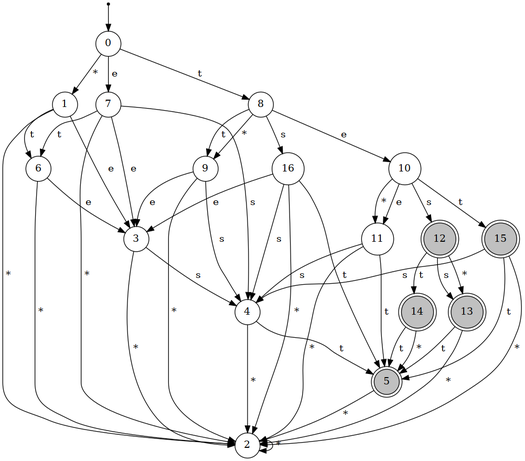
The Graphviz diagram graphs/poc_lev.png in lucasll37/CTC-34, before a commit. Its source is kept beside it as graphs/graphViz/poc_lev.dot.
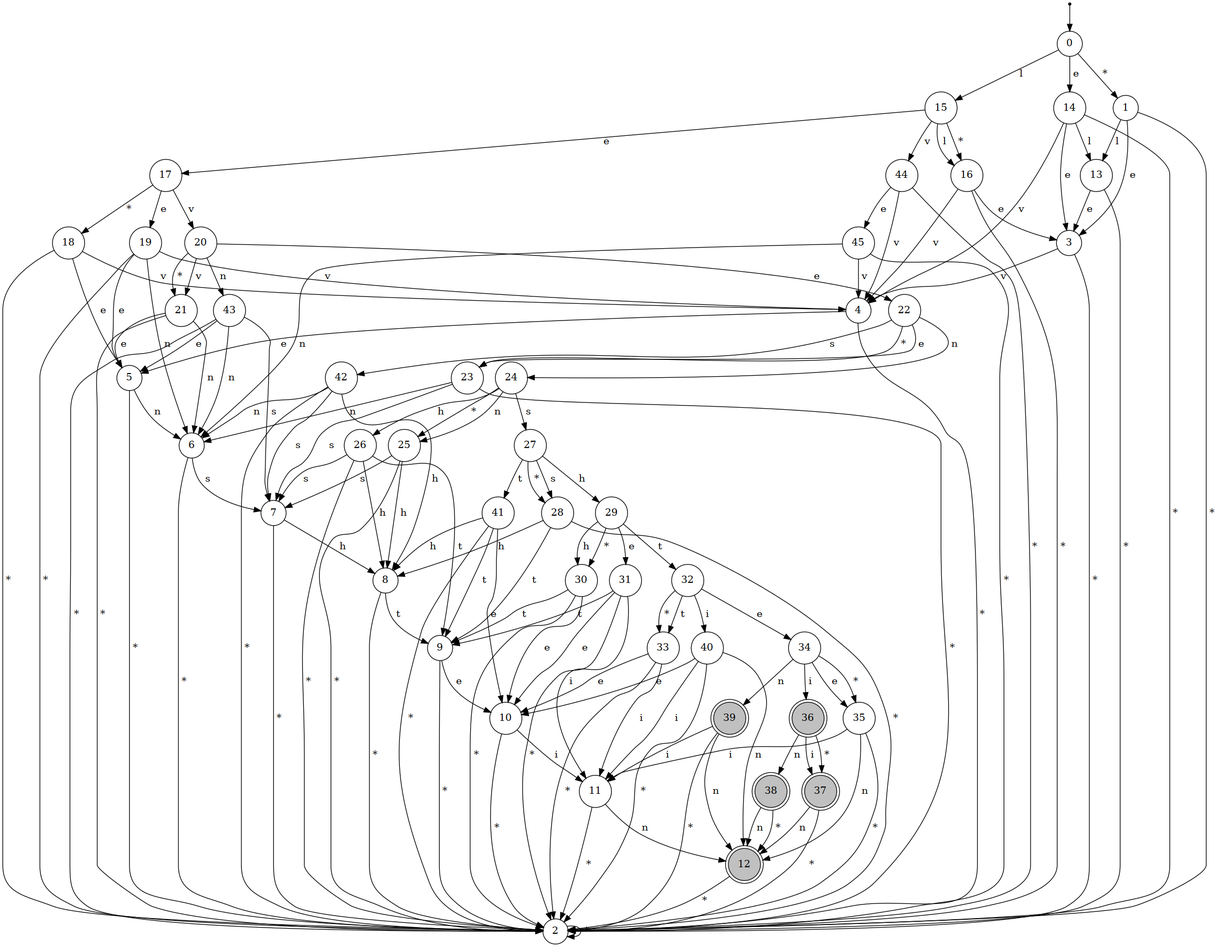
The same diagram one commit later.

The edit, as a diff of the source:
```diff
@@ -2,11 +2,11 @@
 	rankdir=TB;
 charset="utf8";
 	node [shape = doublecircle];
-	5 [style=filled fillcolor=gray];
 	12 [style=filled fillcolor=gray];
-	13 [style=filled fillcolor=gray];
-	14 [style=filled fillcolor=gray];
-	15 [style=filled fillcolor=gray];
+	36 [style=filled fillcolor=gray];
+	37 [style=filled fillcolor=gray];
+	38 [style=filled fillcolor=gray];
+	39 [style=filled fillcolor=gray];
 	node [shape = circle];
 ini [shape=point];
 ini -> 0;
@@ -15,45 +15,137 @@
 	3 -> 2 [label=" * "];
 	4 -> 2 [label=" * "];
 	5 -> 2 [label=" * "];
-	4 -> 5 [label=" t "];
-	3 -> 4 [label=" s "];
+	6 -> 2 [label=" * "];
+	7 -> 2 [label=" * "];
+	8 -> 2 [label=" * "];
+	9 -> 2 [label=" * "];
+	10 -> 2 [label=" * "];
+	11 -> 2 [label=" * "];
+	12 -> 2 [label=" * "];
+	11 -> 12 [label=" n "];
+	10 -> 11 [label=" i "];
+	9 -> 10 [label=" e "];
+	8 -> 9 [label=" t "];
+	7 -> 8 [label=" h "];
+	6 -> 7 [label=" s "];
+	5 -> 6 [label=" n "];
+	4 -> 5 [label=" e "];
+	3 -> 4 [label=" v "];
 	1 -> 3 [label=" e "];
-	6 -> 2 [label=" * "];
-	6 -> 3 [label=" e "];
-	1 -> 6 [label=" t "];
+	13 -> 2 [label=" * "];
+	13 -> 3 [label=" e "];
+	1 -> 13 [label=" l "];
 	0 -> 1 [label=" * "];
-	7 -> 2 [label=" * "];
-	7 -> 3 [label=" e "];
-	7 -> 4 [label=" s "];
-	7 -> 6 [label=" t "];
-	0 -> 7 [label=" e "];
-	9 -> 2 [label=" * "];
-	9 -> 3 [label=" e "];
-	9 -> 4 [label=" s "];
-	8 -> 9 [label=" * "];
-	11 -> 2 [label=" * "];
-	11 -> 4 [label=" s "];
-	11 -> 5 [label=" t "];
-	10 -> 11 [label=" * "];
-	10 -> 11 [label=" e "];
-	13 -> 2 [label=" * "];
-	13 -> 5 [label=" t "];
-	12 -> 13 [label=" * "];
-	12 -> 13 [label=" s "];
-	14 -> 5 [label=" * "];
-	14 -> 5 [label=" t "];
-	12 -> 14 [label=" t "];
-	10 -> 12 [label=" s "];
-	15 -> 2 [label=" * "];
-	15 -> 4 [label=" s "];
-	15 -> 5 [label=" t "];
-	10 -> 15 [label=" t "];
-	8 -> 10 [label=" e "];
+	14 -> 2 [label=" * "];
+	14 -> 3 [label=" e "];
+	14 -> 13 [label=" l "];
+	14 -> 4 [label=" v "];
+	0 -> 14 [label=" e "];
 	16 -> 2 [label=" * "];
 	16 -> 3 [label=" e "];
-	16 -> 4 [label=" s "];
-	16 -> 5 [label=" t "];
-	8 -> 16 [label=" s "];
-	8 -> 9 [label=" t "];
-	0 -> 8 [label=" t "];
+	16 -> 4 [label=" v "];
+	15 -> 16 [label=" * "];
+	18 -> 2 [label=" * "];
+	18 -> 5 [label=" e "];
+	18 -> 4 [label=" v "];
+	17 -> 18 [label=" * "];
+	19 -> 2 [label=" * "];
+	19 -> 5 [label=" e "];
+	19 -> 6 [label=" n "];
+	19 -> 4 [label=" v "];
+	17 -> 19 [label=" e "];
+	21 -> 2 [label=" * "];
+	21 -> 5 [label=" e "];
+	21 -> 6 [label=" n "];
+	20 -> 21 [label=" * "];
+	23 -> 2 [label=" * "];
+	23 -> 6 [label=" n "];
+	23 -> 7 [label=" s "];
+	22 -> 23 [label=" * "];
+	22 -> 23 [label=" e "];
+	25 -> 2 [label=" * "];
+	25 -> 8 [label=" h "];
+	25 -> 7 [label=" s "];
+	24 -> 25 [label=" * "];
+	26 -> 2 [label=" * "];
+	26 -> 8 [label=" h "];
+	26 -> 7 [label=" s "];
+	26 -> 9 [label=" t "];
+	24 -> 26 [label=" h "];
+	24 -> 25 [label=" n "];
+	28 -> 2 [label=" * "];
+	28 -> 8 [label=" h "];
+	28 -> 9 [label=" t "];
+	27 -> 28 [label=" * "];
+	30 -> 2 [label=" * "];
+	30 -> 10 [label=" e "];
+	30 -> 9 [label=" t "];
+	29 -> 30 [label=" * "];
+	31 -> 2 [label=" * "];
+	31 -> 10 [label=" e "];
+	31 -> 11 [label=" i "];
+	31 -> 9 [label=" t "];
+	29 -> 31 [label=" e "];
+	29 -> 30 [label=" h "];
+	33 -> 2 [label=" * "];
+	33 -> 10 [label=" e "];
+	33 -> 11 [label=" i "];
+	32 -> 33 [label=" * "];
+	35 -> 2 [label=" * "];
+	35 -> 11 [label=" i "];
+	35 -> 12 [label=" n "];
+	34 -> 35 [label=" * "];
+	34 -> 35 [label=" e "];
+	37 -> 2 [label=" * "];
+	37 -> 12 [label=" n "];
+	36 -> 37 [label=" * "];
+	36 -> 37 [label=" i "];
+	38 -> 12 [label=" * "];
+	38 -> 12 [label=" n "];
+	36 -> 38 [label=" n "];
+	34 -> 36 [label=" i "];
+	39 -> 2 [label=" * "];
+	39 -> 11 [label=" i "];
+	39 -> 12 [label=" n "];
+	34 -> 39 [label=" n "];
+	32 -> 34 [label=" e "];
+	40 -> 2 [label=" * "];
+	40 -> 10 [label=" e "];
+	40 -> 11 [label=" i "];
+	40 -> 12 [label=" n "];
+	32 -> 40 [label=" i "];
+	32 -> 33 [label=" t "];
+	29 -> 32 [label=" t "];
+	27 -> 29 [label=" h "];
+	27 -> 28 [label=" s "];
+	41 -> 2 [label=" * "];
+	41 -> 10 [label=" e "];
+	41 -> 8 [label=" h "];
+	41 -> 9 [label=" t "];
+	27 -> 41 [label=" t "];
+	24 -> 27 [label=" s "];
+	22 -> 24 [label=" n "];
+	42 -> 2 [label=" * "];
+	42 -> 8 [label=" h "];
+	42 -> 6 [label=" n "];
+	42 -> 7 [label=" s "];
+	22 -> 42 [label=" s "];
+	20 -> 22 [label=" e "];
+	43 -> 2 [label=" * "];
+	43 -> 5 [label=" e "];
+	43 -> 6 [label=" n "];
+	43 -> 7 [label=" s "];
+	20 -> 43 [label=" n "];
+	20 -> 21 [label=" v "];
+	17 -> 20 [label=" v "];
+	15 -> 17 [label=" e "];
+	15 -> 16 [label=" l "];
+	44 -> 2 [label=" * "];
+	45 -> 2 [label=" * "];
+	45 -> 6 [label=" n "];
+	45 -> 4 [label=" v "];
+	44 -> 45 [label=" e "];
+	44 -> 4 [label=" v "];
+	15 -> 44 [label=" v "];
+	0 -> 15 [label=" l "];
 }
```
